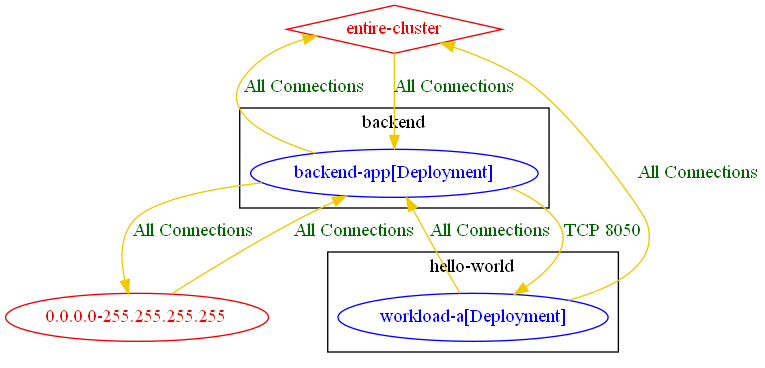
np-guard/netpol-analyzer keeps this Graphviz diagram as test_outputs/connlist/exposure_test_conn_to_all_pods_in_an_existing_ns_connlist_output.dot.png. Above is the earlier version. Its source is kept beside it as test_outputs/connlist/exposure_test_conn_to_all_pods_in_an_existing_ns_connlist_output.dot.
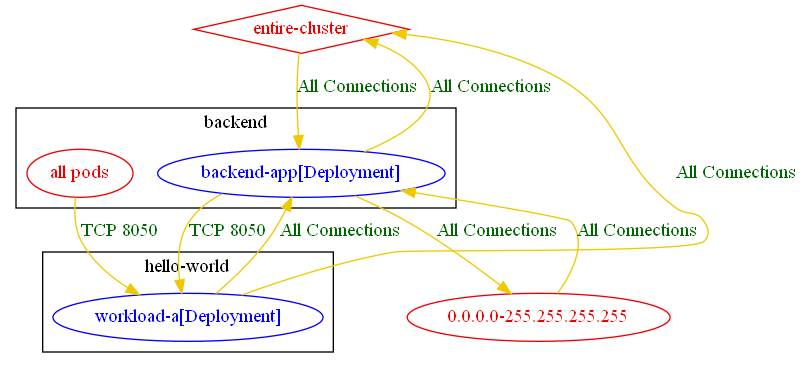
The same file after the commit.

Commit message:
don't refine rep. peers matching any pod in a namespace + changing some tests to keep initial purpose+updating results of existing tests

What changed in the source:
```diff
@@ -2,6 +2,7 @@
 	subgraph "cluster_backend" {
 		color="black"
 		fontcolor="black"
+		"all pods_in_backend" [label="all pods" color="red2" fontcolor="red2"]
 		"backend/backend-app[Deployment]" [label="backend-app[Deployment]" color="blue" fontcolor="blue"]
 		label="backend"
 	}
@@ -14,6 +15,7 @@
 	"0.0.0.0-255.255.255.255" [label="0.0.0.0-255.255.255.255" color="red2" fontcolor="red2"]
 	"entire-cluster" [label="entire-cluster" color="red2" fontcolor="red2" shape=diamond]
 	"0.0.0.0-255.255.255.255" -> "backend/backend-app[Deployment]" [label="All Connections" color="gold2" fontcolor="darkgreen"]
+	"all pods_in_backend" -> "hello-world/workload-a[Deployment]" [label="TCP 8050" color="gold2" fontcolor="darkgreen" weight=1]
 	"backend/backend-app[Deployment]" -> "0.0.0.0-255.255.255.255" [label="All Connections" color="gold2" fontcolor="darkgreen"]
 	"backend/backend-app[Deployment]" -> "entire-cluster" [label="All Connections" color="gold2" fontcolor="darkgreen" weight=0.5]
 	"backend/backend-app[Deployment]" -> "hello-world/workload-a[Deployment]" [label="TCP 8050" color="gold2" fontcolor="darkgreen"]
```
